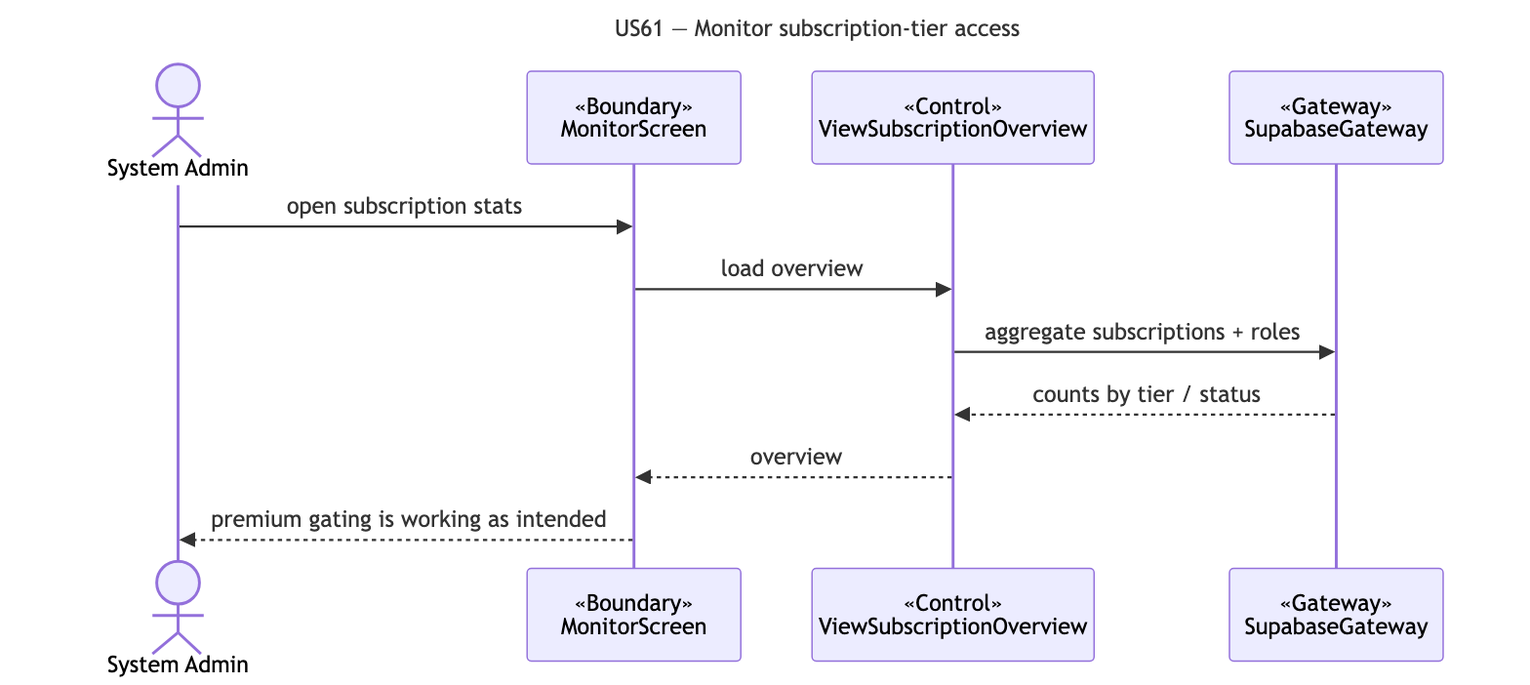
cyuanjun/FYP-26-S2-37-app keeps this Mermaid diagram as docs/deliverables/sequence-diagrams/US61-monitor-subscriptions.png. Above is the earlier version. Its source is kept beside it as docs/deliverables/sequence-diagrams/src/US61-monitor-subscriptions.mmd.
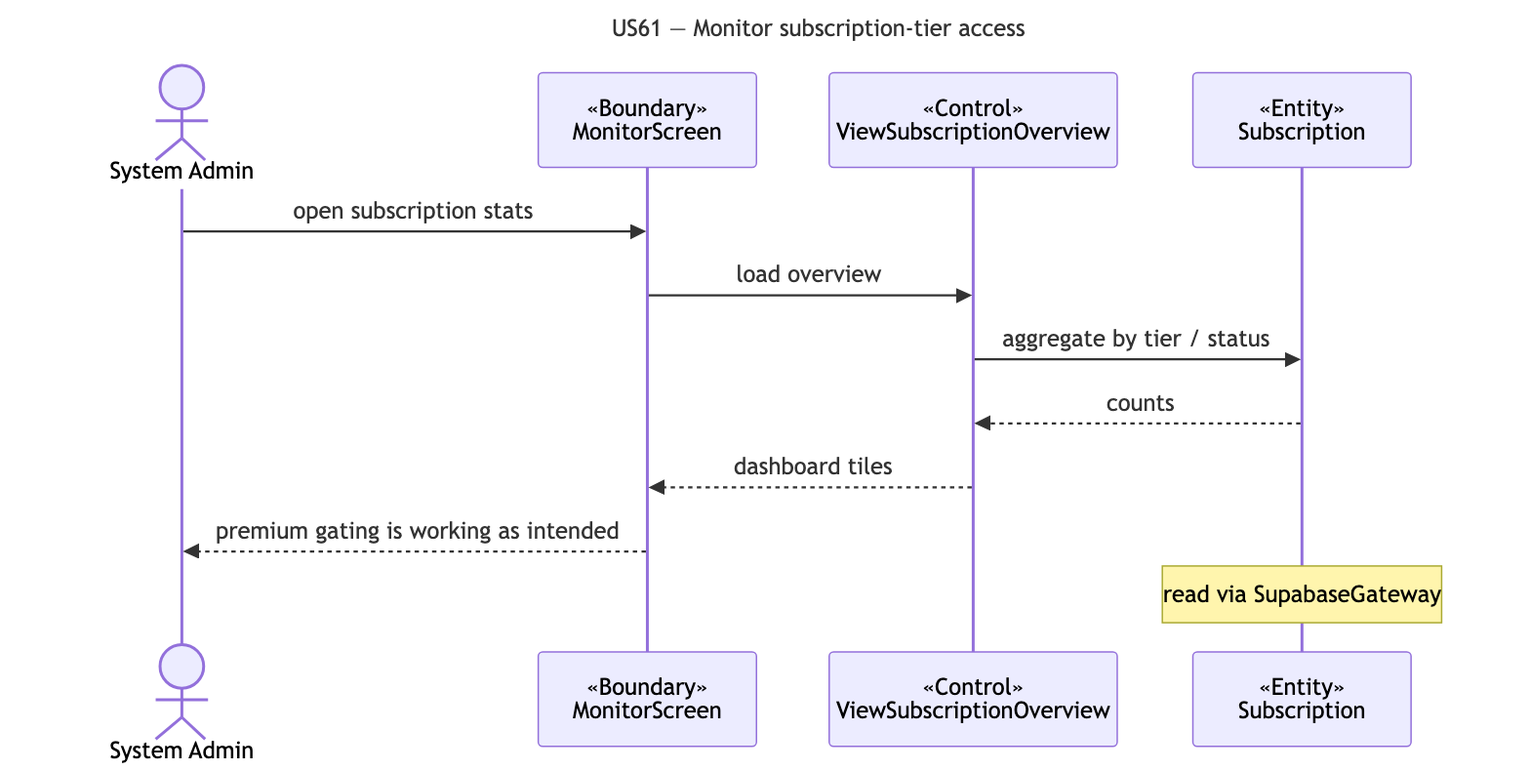
The same diagram one commit later.

Change to the diagram source:
```diff
@@ -5,10 +5,11 @@
   actor A as System Admin
   participant B as «Boundary»<br/>MonitorScreen
   participant C as «Control»<br/>ViewSubscriptionOverview
-  participant G as «Gateway»<br/>SupabaseGateway
+  participant E as «Entity»<br/>Subscription
   A->>B: open subscription stats
   B->>C: load overview
-  C->>G: aggregate subscriptions + roles
-  G-->>C: counts by tier / status
-  C-->>B: overview
+  C->>E: aggregate by tier / status
+  E-->>C: counts
+  C-->>B: dashboard tiles
   B-->>A: premium gating is working as intended
+  note over E: read via SupabaseGateway
```
